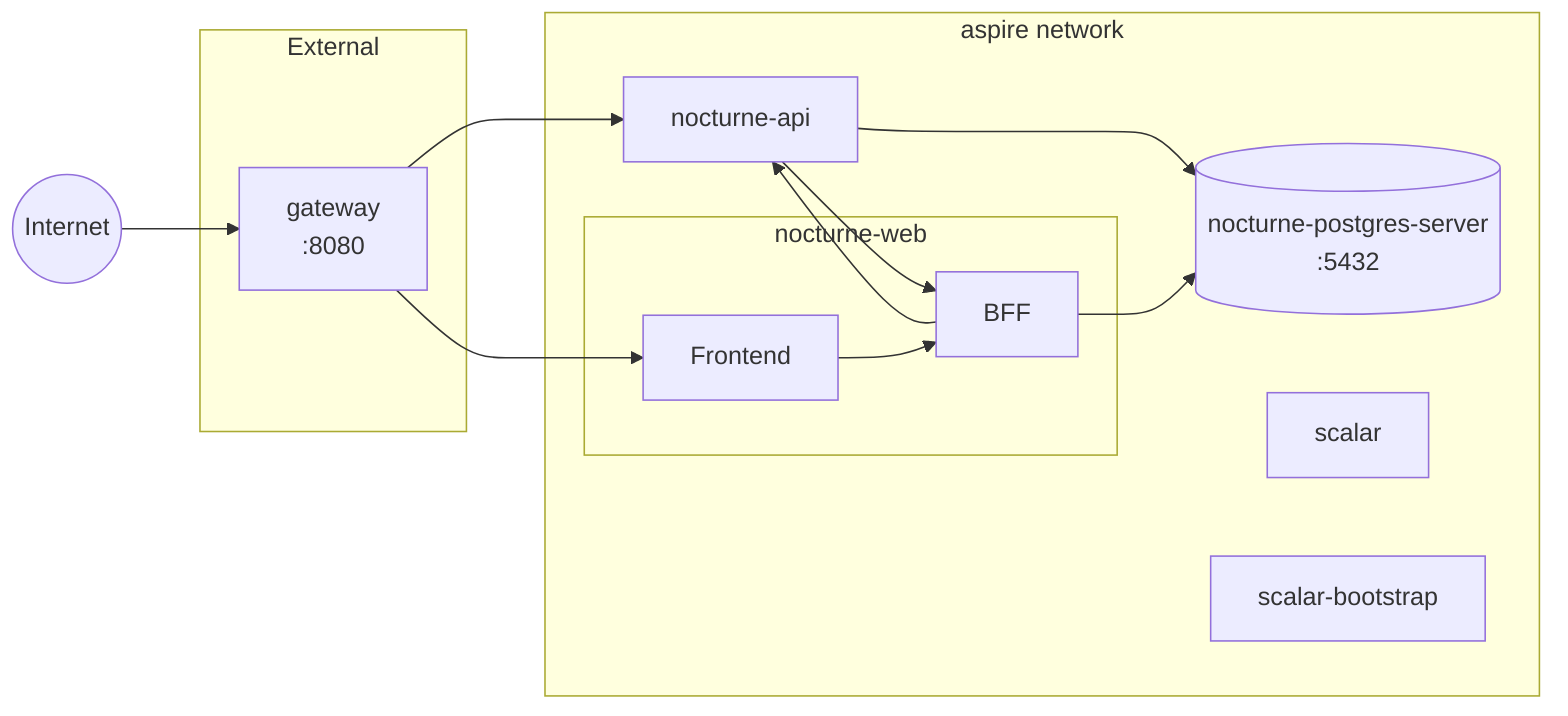
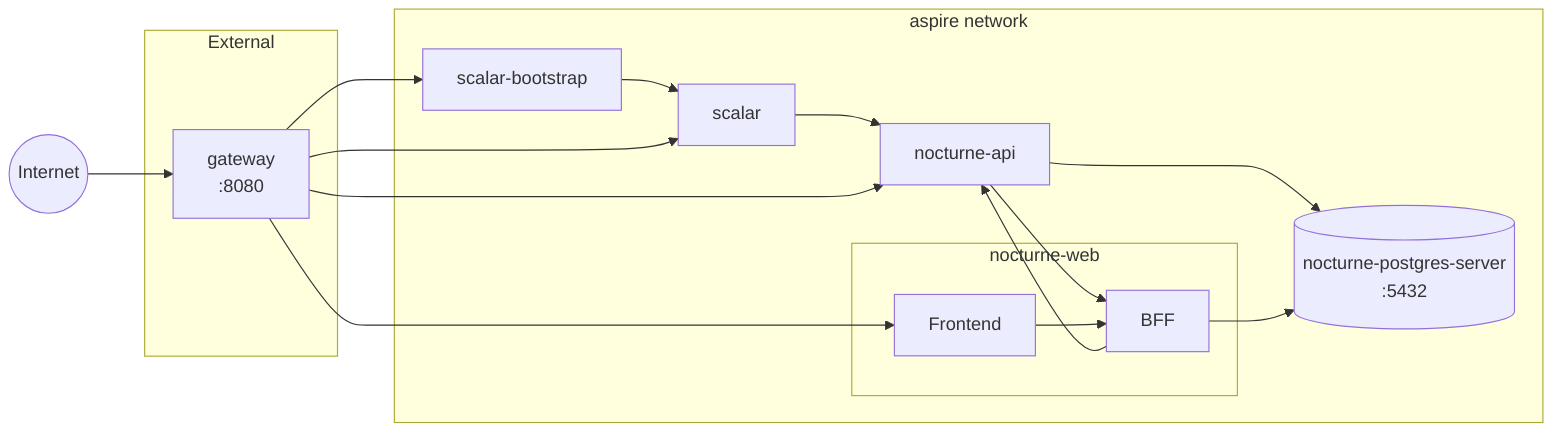
flowchart LR
    Internet((Internet))

    subgraph ext["External"]
        gateway["gateway\n:8080"]
    end

    subgraph net["aspire network"]
        nocturne_api["nocturne-api"]
        subgraph nocturne_web_group["nocturne-web"]
            nocturne_web_frontend["Frontend"]
            nocturne_web_bff["BFF"]
        end
        nocturne_postgres_server[("nocturne-postgres-server\n:5432")]
        scalar["scalar"]
        scalar_bootstrap["scalar-bootstrap"]
    end

    Internet --> gateway
    nocturne_api --> nocturne_postgres_server
    nocturne_api --> nocturne_web_bff
    nocturne_web_bff --> nocturne_api
    nocturne_web_bff --> nocturne_postgres_server
+     scalar --> nocturne_api
+     scalar_bootstrap --> scalar
    gateway --> nocturne_api
    gateway --> nocturne_web_frontend
+     gateway --> scalar_bootstrap
+     gateway --> scalar
    nocturne_web_frontend --> nocturne_web_bff